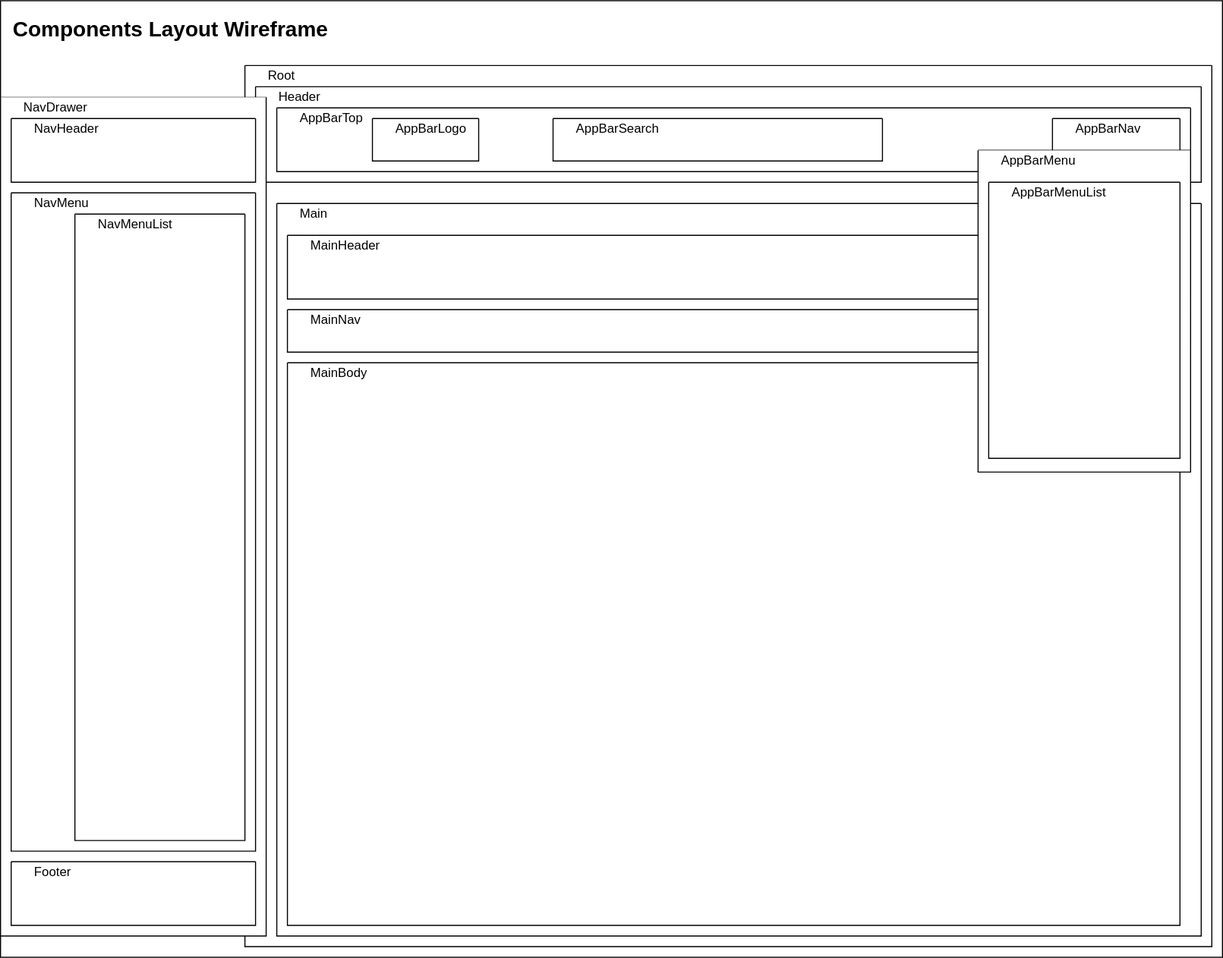
Above: diagrams/juvpro/components-layout-wireframe.svg in tcjpd/tcjpd.github.io (draw.io), before the change. Source tidied: cells renumbered, new cells last; positions are measured from the earlier drawing's top-left corner, leaving out a move shared by most shapes.
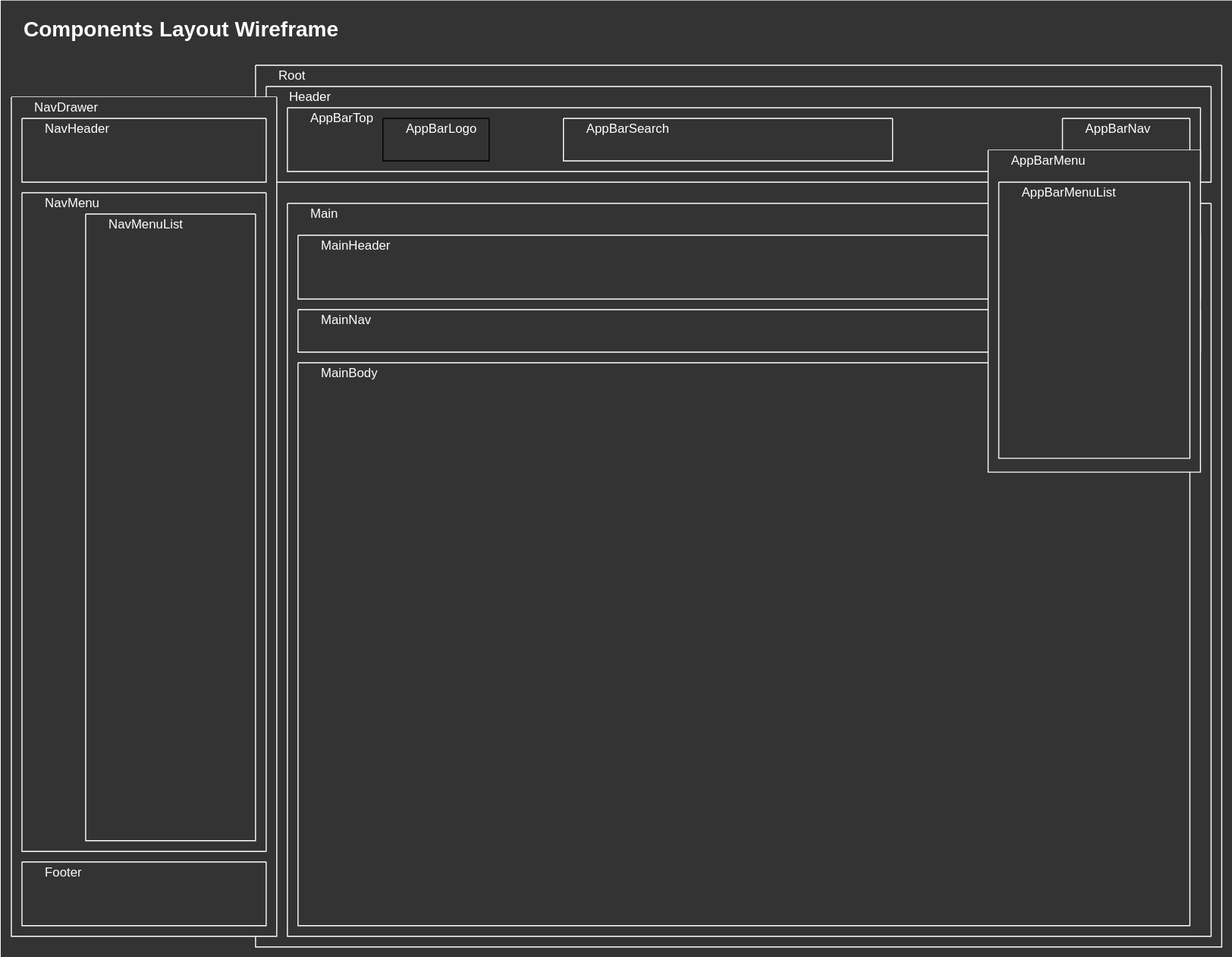
Later version of the same file.

Diff of the diagram source:
```diff
@@ -2,113 +2,113 @@
   <root>
     <mxCell id="0" />
     <mxCell id="1" value="Background" parent="0" />
-    <mxCell id="2" style="rounded=0;whiteSpace=wrap;html=1;labelBackgroundColor=none;" parent="1" vertex="1">
-      <mxGeometry width="1150" height="901" as="geometry" />
+    <mxCell id="2" style="rounded=0;whiteSpace=wrap;html=1;labelBackgroundColor=none;strokeColor=none;fillColor=#333333;" parent="1" vertex="1">
+      <mxGeometry x="-10" width="1160" height="901" as="geometry" />
     </mxCell>
     <mxCell id="3" value="Foreground" parent="0" />
-    <mxCell id="4" value="&lt;b style=&quot;border-color: var(--border-color);&quot;&gt;Components&amp;nbsp;&lt;/b&gt;&lt;b&gt;Layout&amp;nbsp;&lt;/b&gt;&lt;b&gt;Wireframe&amp;nbsp;&lt;/b&gt;" style="text;html=1;align=left;verticalAlign=middle;whiteSpace=wrap;rounded=0;fontSize=20;fillColor=none;fontColor=default;labelBackgroundColor=none;" parent="3" vertex="1">
+    <mxCell id="4" value="&lt;b style=&quot;border-color: var(--border-color);&quot;&gt;Components&amp;nbsp;&lt;/b&gt;&lt;b&gt;Layout&amp;nbsp;&lt;/b&gt;&lt;b&gt;Wireframe&amp;nbsp;&lt;/b&gt;" style="text;html=1;align=left;verticalAlign=middle;whiteSpace=wrap;rounded=0;fontSize=20;fillColor=none;fontColor=#FFFFFF;labelBackgroundColor=none;" parent="3" vertex="1">
       <mxGeometry x="10" y="11" width="480" height="30" as="geometry" />
     </mxCell>
-    <mxCell id="5" style="swimlane;startSize=0;fillColor=none;fontColor=default;labelBackgroundColor=none;" parent="3" vertex="1">
+    <mxCell id="5" style="swimlane;startSize=0;fillColor=none;fontColor=#FFFFFF;labelBackgroundColor=none;strokeColor=#FFFFFF;" parent="3" vertex="1">
       <mxGeometry x="230" y="61" width="910" height="830" as="geometry" />
     </mxCell>
-    <mxCell id="6" value="&lt;span style=&quot;&quot;&gt;&lt;font&gt;Root&lt;/font&gt;&lt;/span&gt;" style="text;html=1;align=left;verticalAlign=middle;whiteSpace=wrap;rounded=0;spacingLeft=20;fillColor=none;fontColor=default;labelBackgroundColor=none;" parent="5" vertex="1">
+    <mxCell id="6" value="&lt;span style=&quot;&quot;&gt;&lt;font&gt;Root&lt;/font&gt;&lt;/span&gt;" style="text;html=1;align=left;verticalAlign=middle;whiteSpace=wrap;rounded=0;spacingLeft=20;fillColor=none;fontColor=#FFFFFF;labelBackgroundColor=none;" parent="5" vertex="1">
       <mxGeometry width="100" height="20" as="geometry" />
     </mxCell>
-    <mxCell id="7" style="swimlane;startSize=0;fillColor=none;fontColor=default;labelBackgroundColor=none;" parent="5" vertex="1">
+    <mxCell id="7" style="swimlane;startSize=0;fillColor=none;fontColor=#FFFFFF;labelBackgroundColor=none;strokeColor=#FFFFFF;" parent="5" vertex="1">
       <mxGeometry x="10" y="20" width="890" height="90" as="geometry" />
     </mxCell>
-    <mxCell id="8" value="&lt;span style=&quot;&quot;&gt;&lt;font&gt;Header&lt;/font&gt;&lt;/span&gt;" style="text;html=1;align=left;verticalAlign=middle;whiteSpace=wrap;rounded=0;spacingLeft=20;fillColor=none;fontColor=default;labelBackgroundColor=none;" parent="7" vertex="1">
+    <mxCell id="8" value="&lt;span style=&quot;&quot;&gt;&lt;font&gt;Header&lt;/font&gt;&lt;/span&gt;" style="text;html=1;align=left;verticalAlign=middle;whiteSpace=wrap;rounded=0;spacingLeft=20;fillColor=none;fontColor=#FFFFFF;labelBackgroundColor=none;" parent="7" vertex="1">
       <mxGeometry width="90" height="20" as="geometry" />
     </mxCell>
-    <mxCell id="9" style="swimlane;startSize=0;fillColor=none;fontColor=default;labelBackgroundColor=none;" parent="7" vertex="1">
+    <mxCell id="9" style="swimlane;startSize=0;fillColor=none;fontColor=#FFFFFF;labelBackgroundColor=none;" parent="7" vertex="1">
       <mxGeometry x="110" y="30" width="100" height="40" as="geometry" />
     </mxCell>
-    <mxCell id="10" value="&lt;span style=&quot;&quot;&gt;&lt;font&gt;AppBarLogo&lt;/font&gt;&lt;/span&gt;" style="text;html=1;align=left;verticalAlign=middle;whiteSpace=wrap;rounded=0;spacingLeft=20;fillColor=none;fontColor=default;labelBackgroundColor=none;" parent="9" vertex="1">
+    <mxCell id="10" value="&lt;span style=&quot;&quot;&gt;&lt;font&gt;AppBarLogo&lt;/font&gt;&lt;/span&gt;" style="text;html=1;align=left;verticalAlign=middle;whiteSpace=wrap;rounded=0;spacingLeft=20;fillColor=none;fontColor=#FFFFFF;labelBackgroundColor=none;" parent="9" vertex="1">
       <mxGeometry width="110" height="20" as="geometry" />
     </mxCell>
-    <mxCell id="11" style="swimlane;startSize=0;fillColor=none;fontColor=default;labelBackgroundColor=none;" parent="5" vertex="1">
+    <mxCell id="11" style="swimlane;startSize=0;fillColor=none;fontColor=#FFFFFF;labelBackgroundColor=none;strokeColor=#FFFFFF;" parent="5" vertex="1">
       <mxGeometry x="30" y="130" width="870" height="690" as="geometry" />
     </mxCell>
-    <mxCell id="12" value="&lt;span style=&quot;&quot;&gt;&lt;font&gt;Main&lt;/font&gt;&lt;/span&gt;" style="text;html=1;align=left;verticalAlign=middle;whiteSpace=wrap;rounded=0;spacingLeft=20;fillColor=none;fontColor=default;labelBackgroundColor=none;" parent="11" vertex="1">
+    <mxCell id="12" value="&lt;span style=&quot;&quot;&gt;&lt;font&gt;Main&lt;/font&gt;&lt;/span&gt;" style="text;html=1;align=left;verticalAlign=middle;whiteSpace=wrap;rounded=0;spacingLeft=20;fillColor=none;fontColor=#FFFFFF;labelBackgroundColor=none;" parent="11" vertex="1">
       <mxGeometry width="110" height="20" as="geometry" />
     </mxCell>
-    <mxCell id="13" style="swimlane;startSize=0;fillColor=none;fontColor=default;labelBackgroundColor=none;" parent="11" vertex="1">
+    <mxCell id="13" style="swimlane;startSize=0;fillColor=none;fontColor=#FFFFFF;labelBackgroundColor=none;strokeColor=#FFFFFF;" parent="11" vertex="1">
       <mxGeometry x="10" y="100" width="850" height="40" as="geometry" />
     </mxCell>
-    <mxCell id="14" value="&lt;span style=&quot;&quot;&gt;&lt;font&gt;MainNav&lt;/font&gt;&lt;/span&gt;" style="text;html=1;align=left;verticalAlign=middle;whiteSpace=wrap;rounded=0;spacingLeft=20;fillColor=none;fontColor=default;labelBackgroundColor=none;" parent="13" vertex="1">
+    <mxCell id="14" value="&lt;span style=&quot;&quot;&gt;&lt;font&gt;MainNav&lt;/font&gt;&lt;/span&gt;" style="text;html=1;align=left;verticalAlign=middle;whiteSpace=wrap;rounded=0;spacingLeft=20;fillColor=none;fontColor=#FFFFFF;labelBackgroundColor=none;" parent="13" vertex="1">
       <mxGeometry width="200" height="20" as="geometry" />
     </mxCell>
-    <mxCell id="15" style="swimlane;startSize=0;fillColor=none;fontColor=default;labelBackgroundColor=none;" parent="11" vertex="1">
+    <mxCell id="15" style="swimlane;startSize=0;fillColor=none;fontColor=#FFFFFF;labelBackgroundColor=none;strokeColor=#FFFFFF;" parent="11" vertex="1">
       <mxGeometry x="10" y="30" width="850" height="60" as="geometry" />
     </mxCell>
-    <mxCell id="16" value="&lt;span style=&quot;&quot;&gt;&lt;font&gt;MainHeader&lt;/font&gt;&lt;/span&gt;" style="text;html=1;align=left;verticalAlign=middle;whiteSpace=wrap;rounded=0;spacingLeft=20;fillColor=none;fontColor=default;labelBackgroundColor=none;" parent="15" vertex="1">
+    <mxCell id="16" value="&lt;span style=&quot;&quot;&gt;&lt;font&gt;MainHeader&lt;/font&gt;&lt;/span&gt;" style="text;html=1;align=left;verticalAlign=middle;whiteSpace=wrap;rounded=0;spacingLeft=20;fillColor=none;fontColor=#FFFFFF;labelBackgroundColor=none;" parent="15" vertex="1">
       <mxGeometry width="200" height="20" as="geometry" />
     </mxCell>
-    <mxCell id="17" style="swimlane;startSize=0;fillColor=none;fontColor=default;labelBackgroundColor=none;" parent="3" vertex="1">
+    <mxCell id="17" style="swimlane;startSize=0;fillColor=none;fontColor=#FFFFFF;labelBackgroundColor=none;strokeColor=#FFFFFF;" parent="3" vertex="1">
       <mxGeometry x="260" y="101" width="860" height="60" as="geometry" />
     </mxCell>
-    <mxCell id="18" value="&lt;span style=&quot;&quot;&gt;&lt;font&gt;AppBarTop&lt;/font&gt;&lt;/span&gt;" style="text;html=1;align=left;verticalAlign=middle;whiteSpace=wrap;rounded=0;spacingLeft=20;fillColor=none;fontColor=default;labelBackgroundColor=none;" parent="17" vertex="1">
+    <mxCell id="18" value="&lt;span style=&quot;&quot;&gt;&lt;font&gt;AppBarTop&lt;/font&gt;&lt;/span&gt;" style="text;html=1;align=left;verticalAlign=middle;whiteSpace=wrap;rounded=0;spacingLeft=20;fillColor=none;fontColor=#FFFFFF;labelBackgroundColor=none;" parent="17" vertex="1">
       <mxGeometry width="100" height="20" as="geometry" />
     </mxCell>
-    <mxCell id="19" style="swimlane;startSize=0;swimlaneFillColor=default;fillColor=#f5f5f5;fontColor=#333333;labelBackgroundColor=none;strokeColor=default;" parent="3" vertex="1">
+    <mxCell id="19" style="swimlane;startSize=0;swimlaneFillColor=#333333;fillColor=#f5f5f5;fontColor=#FFFFFF;labelBackgroundColor=none;strokeColor=#FFFFFF;" parent="3" vertex="1">
       <mxGeometry y="91" width="250" height="790" as="geometry" />
     </mxCell>
-    <mxCell id="20" value="&lt;span style=&quot;&quot;&gt;&lt;font&gt;NavDrawer&lt;/font&gt;&lt;/span&gt;" style="text;html=1;align=left;verticalAlign=middle;whiteSpace=wrap;rounded=0;spacingLeft=20;fillColor=none;fontColor=default;labelBackgroundColor=none;" parent="19" vertex="1">
+    <mxCell id="20" value="&lt;span style=&quot;&quot;&gt;&lt;font&gt;NavDrawer&lt;/font&gt;&lt;/span&gt;" style="text;html=1;align=left;verticalAlign=middle;whiteSpace=wrap;rounded=0;spacingLeft=20;fillColor=none;fontColor=#FFFFFF;labelBackgroundColor=none;" parent="19" vertex="1">
       <mxGeometry width="110" height="20" as="geometry" />
     </mxCell>
-    <mxCell id="21" style="swimlane;startSize=0;fillColor=none;fontColor=default;labelBackgroundColor=none;" parent="19" vertex="1">
+    <mxCell id="21" style="swimlane;startSize=0;fillColor=none;fontColor=#FFFFFF;labelBackgroundColor=none;strokeColor=#FFFFFF;" parent="19" vertex="1">
       <mxGeometry x="10" y="20" width="230" height="60" as="geometry" />
     </mxCell>
-    <mxCell id="22" value="&lt;span style=&quot;&quot;&gt;&lt;font&gt;NavHeader&lt;/font&gt;&lt;/span&gt;" style="text;html=1;align=left;verticalAlign=middle;whiteSpace=wrap;rounded=0;spacingLeft=20;fillColor=none;fontColor=default;labelBackgroundColor=none;" parent="21" vertex="1">
+    <mxCell id="22" value="&lt;span style=&quot;&quot;&gt;&lt;font&gt;NavHeader&lt;/font&gt;&lt;/span&gt;" style="text;html=1;align=left;verticalAlign=middle;whiteSpace=wrap;rounded=0;spacingLeft=20;fillColor=none;fontColor=#FFFFFF;labelBackgroundColor=none;" parent="21" vertex="1">
       <mxGeometry width="110" height="20" as="geometry" />
     </mxCell>
-    <mxCell id="23" style="swimlane;startSize=0;fillColor=none;fontColor=default;labelBackgroundColor=none;" parent="19" vertex="1">
+    <mxCell id="23" style="swimlane;startSize=0;fillColor=none;fontColor=#FFFFFF;labelBackgroundColor=none;strokeColor=#FFFFFF;" parent="19" vertex="1">
       <mxGeometry x="10" y="90" width="230" height="620" as="geometry" />
     </mxCell>
-    <mxCell id="24" value="&lt;span style=&quot;&quot;&gt;&lt;font&gt;NavMenu&lt;/font&gt;&lt;/span&gt;" style="text;html=1;align=left;verticalAlign=middle;whiteSpace=wrap;rounded=0;spacingLeft=20;fillColor=none;fontColor=default;labelBackgroundColor=none;" parent="23" vertex="1">
+    <mxCell id="24" value="&lt;span style=&quot;&quot;&gt;&lt;font&gt;NavMenu&lt;/font&gt;&lt;/span&gt;" style="text;html=1;align=left;verticalAlign=middle;whiteSpace=wrap;rounded=0;spacingLeft=20;fillColor=none;fontColor=#FFFFFF;labelBackgroundColor=none;" parent="23" vertex="1">
       <mxGeometry width="110" height="20" as="geometry" />
     </mxCell>
-    <mxCell id="25" style="swimlane;startSize=0;fillColor=none;fontColor=default;labelBackgroundColor=none;" parent="23" vertex="1">
+    <mxCell id="25" style="swimlane;startSize=0;fillColor=none;fontColor=#FFFFFF;labelBackgroundColor=none;strokeColor=#FFFFFF;" parent="23" vertex="1">
       <mxGeometry x="60" y="20" width="160" height="590" as="geometry" />
     </mxCell>
-    <mxCell id="26" value="&lt;span style=&quot;&quot;&gt;&lt;font&gt;NavMenuList&lt;/font&gt;&lt;/span&gt;" style="text;html=1;align=left;verticalAlign=middle;whiteSpace=wrap;rounded=0;spacingLeft=20;fillColor=none;fontColor=default;labelBackgroundColor=none;" parent="25" vertex="1">
+    <mxCell id="26" value="&lt;span style=&quot;&quot;&gt;&lt;font&gt;NavMenuList&lt;/font&gt;&lt;/span&gt;" style="text;html=1;align=left;verticalAlign=middle;whiteSpace=wrap;rounded=0;spacingLeft=20;fillColor=none;fontColor=#FFFFFF;labelBackgroundColor=none;" parent="25" vertex="1">
       <mxGeometry width="110" height="20" as="geometry" />
     </mxCell>
-    <mxCell id="27" style="swimlane;startSize=0;fillColor=none;fontColor=default;labelBackgroundColor=none;" parent="19" vertex="1">
+    <mxCell id="27" style="swimlane;startSize=0;fillColor=none;fontColor=#FFFFFF;labelBackgroundColor=none;strokeColor=#FFFFFF;" parent="19" vertex="1">
       <mxGeometry x="10" y="720" width="230" height="60" as="geometry" />
     </mxCell>
-    <mxCell id="28" value="&lt;span style=&quot;&quot;&gt;&lt;font&gt;Footer&lt;/font&gt;&lt;/span&gt;" style="text;html=1;align=left;verticalAlign=middle;whiteSpace=wrap;rounded=0;spacingLeft=20;fillColor=none;fontColor=default;labelBackgroundColor=none;" parent="27" vertex="1">
+    <mxCell id="28" value="&lt;span style=&quot;&quot;&gt;&lt;font&gt;Footer&lt;/font&gt;&lt;/span&gt;" style="text;html=1;align=left;verticalAlign=middle;whiteSpace=wrap;rounded=0;spacingLeft=20;fillColor=none;fontColor=#FFFFFF;labelBackgroundColor=none;" parent="27" vertex="1">
       <mxGeometry width="110" height="20" as="geometry" />
     </mxCell>
-    <mxCell id="29" style="swimlane;startSize=0;fillColor=none;fontColor=default;labelBackgroundColor=none;" parent="3" vertex="1">
+    <mxCell id="29" style="swimlane;startSize=0;fillColor=none;fontColor=#FFFFFF;labelBackgroundColor=none;strokeColor=#FFFFFF;" parent="3" vertex="1">
       <mxGeometry x="270" y="341" width="840" height="530" as="geometry" />
     </mxCell>
-    <mxCell id="30" value="&lt;span style=&quot;&quot;&gt;&lt;font&gt;MainBody&lt;/font&gt;&lt;/span&gt;" style="text;html=1;align=left;verticalAlign=middle;whiteSpace=wrap;rounded=0;spacingLeft=20;fillColor=none;fontColor=default;labelBackgroundColor=none;" parent="29" vertex="1">
+    <mxCell id="30" value="&lt;span style=&quot;&quot;&gt;&lt;font&gt;MainBody&lt;/font&gt;&lt;/span&gt;" style="text;html=1;align=left;verticalAlign=middle;whiteSpace=wrap;rounded=0;spacingLeft=20;fillColor=none;fontColor=#FFFFFF;labelBackgroundColor=none;" parent="29" vertex="1">
       <mxGeometry width="200" height="20" as="geometry" />
     </mxCell>
-    <mxCell id="31" style="swimlane;startSize=0;fillColor=none;fontColor=default;labelBackgroundColor=none;" parent="3" vertex="1">
+    <mxCell id="31" style="swimlane;startSize=0;fillColor=none;fontColor=#FFFFFF;labelBackgroundColor=none;strokeColor=#FFFFFF;" parent="3" vertex="1">
       <mxGeometry x="990" y="111" width="120" height="40" as="geometry" />
     </mxCell>
-    <mxCell id="32" value="&lt;font style=&quot;&quot;&gt;AppBarNav&lt;/font&gt;" style="text;html=1;align=left;verticalAlign=middle;whiteSpace=wrap;rounded=0;spacingLeft=20;fillColor=none;fontColor=default;labelBackgroundColor=none;" parent="31" vertex="1">
+    <mxCell id="32" value="&lt;font style=&quot;&quot;&gt;AppBarNav&lt;/font&gt;" style="text;html=1;align=left;verticalAlign=middle;whiteSpace=wrap;rounded=0;spacingLeft=20;fillColor=none;fontColor=#FFFFFF;labelBackgroundColor=none;" parent="31" vertex="1">
       <mxGeometry width="110" height="20" as="geometry" />
     </mxCell>
-    <mxCell id="33" style="swimlane;startSize=0;fillColor=none;fontColor=default;labelBackgroundColor=none;" parent="3" vertex="1">
+    <mxCell id="33" style="swimlane;startSize=0;fillColor=none;fontColor=#FFFFFF;labelBackgroundColor=none;strokeColor=#FFFFFF;" parent="3" vertex="1">
       <mxGeometry x="520" y="111" width="310" height="40" as="geometry" />
     </mxCell>
-    <mxCell id="34" value="&lt;span style=&quot;&quot;&gt;&lt;font&gt;AppBarSearch&lt;/font&gt;&lt;/span&gt;" style="text;html=1;align=left;verticalAlign=middle;whiteSpace=wrap;rounded=0;spacingLeft=20;fillColor=none;fontColor=default;labelBackgroundColor=none;" parent="33" vertex="1">
+    <mxCell id="34" value="&lt;span style=&quot;&quot;&gt;&lt;font&gt;AppBarSearch&lt;/font&gt;&lt;/span&gt;" style="text;html=1;align=left;verticalAlign=middle;whiteSpace=wrap;rounded=0;spacingLeft=20;fillColor=none;fontColor=#FFFFFF;labelBackgroundColor=none;" parent="33" vertex="1">
       <mxGeometry width="110" height="20" as="geometry" />
     </mxCell>
-    <mxCell id="35" style="swimlane;startSize=0;swimlaneFillColor=default;fillColor=none;fontColor=default;labelBackgroundColor=none;" parent="3" vertex="1">
+    <mxCell id="35" style="swimlane;startSize=0;swimlaneFillColor=#333333;fillColor=none;fontColor=#FFFFFF;labelBackgroundColor=none;strokeColor=#FFFFFF;" parent="3" vertex="1">
       <mxGeometry x="920" y="141" width="200" height="303" as="geometry" />
     </mxCell>
-    <mxCell id="36" value="&lt;font style=&quot;&quot;&gt;AppBarMenu&lt;/font&gt;" style="text;html=1;align=left;verticalAlign=middle;whiteSpace=wrap;rounded=0;spacingLeft=20;fillColor=none;fontColor=default;labelBackgroundColor=none;" parent="35" vertex="1">
+    <mxCell id="36" value="&lt;font style=&quot;&quot;&gt;AppBarMenu&lt;/font&gt;" style="text;html=1;align=left;verticalAlign=middle;whiteSpace=wrap;rounded=0;spacingLeft=20;fillColor=none;fontColor=#FFFFFF;labelBackgroundColor=none;" parent="35" vertex="1">
       <mxGeometry width="110" height="20" as="geometry" />
     </mxCell>
-    <mxCell id="37" style="swimlane;startSize=0;fillColor=none;fontColor=default;labelBackgroundColor=none;" parent="3" vertex="1">
+    <mxCell id="37" style="swimlane;startSize=0;fillColor=none;fontColor=#FFFFFF;labelBackgroundColor=none;strokeColor=#FFFFFF;" parent="3" vertex="1">
       <mxGeometry x="930" y="171" width="180" height="260" as="geometry" />
     </mxCell>
-    <mxCell id="38" value="&lt;span style=&quot;&quot;&gt;&lt;font&gt;AppBarMenuList&lt;/font&gt;&lt;/span&gt;" style="text;html=1;align=left;verticalAlign=middle;whiteSpace=wrap;rounded=0;spacingLeft=20;fillColor=none;fontColor=default;labelBackgroundColor=none;" parent="37" vertex="1">
+    <mxCell id="38" value="&lt;span style=&quot;&quot;&gt;&lt;font&gt;AppBarMenuList&lt;/font&gt;&lt;/span&gt;" style="text;html=1;align=left;verticalAlign=middle;whiteSpace=wrap;rounded=0;spacingLeft=20;fillColor=none;fontColor=#FFFFFF;labelBackgroundColor=none;" parent="37" vertex="1">
       <mxGeometry width="110" height="20" as="geometry" />
     </mxCell>
   </root>
```
